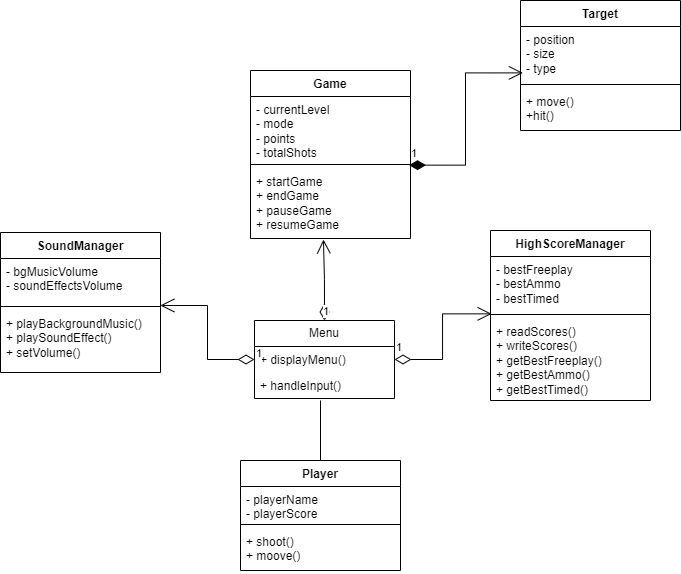
Fridrif27/duck-hunt keeps this draw.io diagram as UML/Class.png. Above is the earlier version. Source tidied: cells renumbered, new cells last; positions are measured from the earlier drawing's top-left corner, leaving out a move shared by most shapes.
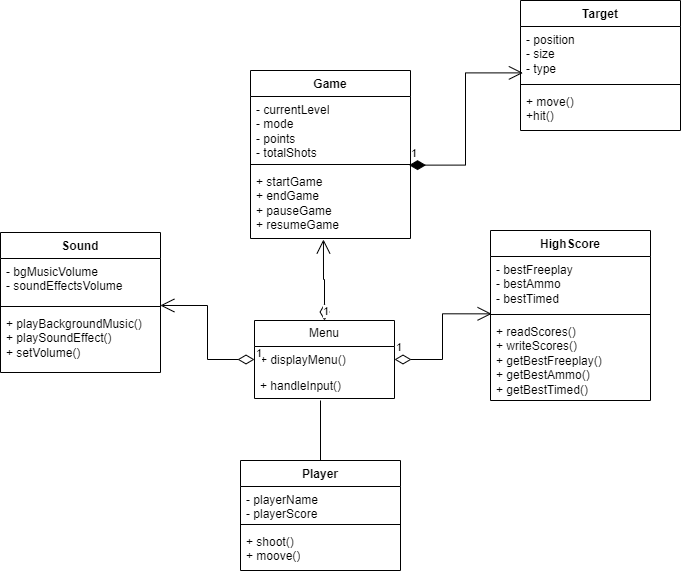
The same diagram one commit later.

The edit, as a diff of the source:
```diff
@@ -47,7 +47,7 @@
     <mxCell id="16" value="+ move()&lt;br&gt;+hit()&lt;br&gt;" style="text;strokeColor=none;fillColor=none;align=left;verticalAlign=top;spacingLeft=4;spacingRight=4;overflow=hidden;whiteSpace=wrap;html=1;" parent="13" vertex="1">
       <mxGeometry y="88" width="160" height="42" as="geometry" />
     </mxCell>
-    <mxCell id="17" value="HighScoreManager" style="swimlane;fontStyle=1;align=center;verticalAlign=top;horizontal=1;startSize=26;whiteSpace=wrap;html=1;" parent="1" vertex="1">
+    <mxCell id="17" value="HighScore" style="swimlane;fontStyle=1;align=center;verticalAlign=top;horizontal=1;startSize=26;whiteSpace=wrap;html=1;" parent="1" vertex="1">
       <mxGeometry x="490" y="230" width="160" height="170" as="geometry" />
     </mxCell>
     <mxCell id="18" value="- bestFreeplay&lt;br&gt;- bestAmmo&lt;br&gt;- bestTimed" style="text;strokeColor=none;fillColor=none;align=left;verticalAlign=top;spacingLeft=4;spacingRight=4;overflow=hidden;points=[[0,0.5],[1,0.5]];portConstraint=eastwest;whiteSpace=wrap;html=1;" parent="17" vertex="1">
@@ -59,7 +59,7 @@
     <mxCell id="20" value="+ readScores()&lt;br&gt;+ writeScores()&lt;br&gt;+ getBestFreeplay()&lt;br&gt;+ getBestAmmo()&lt;br&gt;+ getBestTimed()" style="text;strokeColor=none;fillColor=none;align=left;verticalAlign=top;spacingLeft=4;spacingRight=4;overflow=hidden;whiteSpace=wrap;html=1;" parent="17" vertex="1">
       <mxGeometry y="88" width="160" height="82" as="geometry" />
     </mxCell>
-    <mxCell id="21" value="SoundManager" style="swimlane;fontStyle=1;align=center;verticalAlign=top;horizontal=1;startSize=26;whiteSpace=wrap;html=1;" parent="1" vertex="1">
+    <mxCell id="21" value="Sound" style="swimlane;fontStyle=1;align=center;verticalAlign=top;horizontal=1;startSize=26;whiteSpace=wrap;html=1;" parent="1" vertex="1">
       <mxGeometry y="232" width="160" height="140" as="geometry" />
     </mxCell>
     <mxCell id="22" value="- bgMusicVolume&lt;br&gt;- soundEffectsVolume" style="text;strokeColor=none;fillColor=none;align=left;verticalAlign=top;spacingLeft=4;spacingRight=4;overflow=hidden;points=[[0,0.5],[1,0.5]];portConstraint=eastwest;whiteSpace=wrap;html=1;" parent="21" vertex="1">
```
